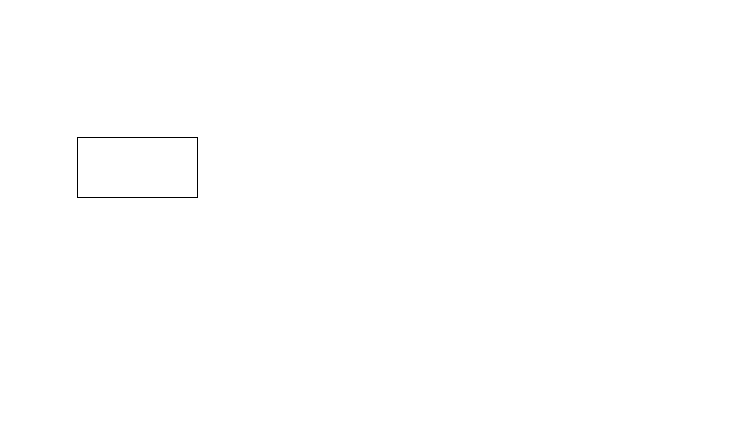
Before: 未命名绘图.drawio in zhangxunbao/CSI, a draw.io diagram. Source tidied: cells renumbered, new cells numbered last; positions are measured from the earlier drawing's top-left corner, leaving out a move shared by most shapes. Both pictures are drawn from the tidied source at 100%, with x=0, y=0 at pixel (77, 137).
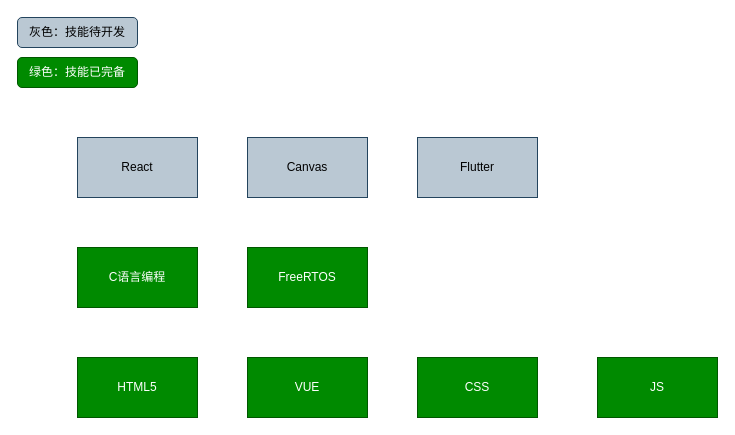
The same page after the edit.

Commit message (it also covers changes not shown here):
更新未命名绘图.drawio

What changed in the source:
```diff
@@
 <mxGraphModel>
   <root>
     <mxCell id="0" />
     <mxCell id="1" parent="0" />
-    <mxCell id="2" style="rounded=0;whiteSpace=wrap;html=1;" parent="1" vertex="1">
+    <mxCell id="2" value="&lt;p class=&quot;MsoNormal&quot;&gt;React&lt;/p&gt;" style="rounded=0;whiteSpace=wrap;html=1;fillColor=#bac8d3;strokeColor=#23445d;" parent="1" vertex="1">
       <mxGeometry width="120" height="60" as="geometry" />
     </mxCell>
+    <mxCell id="3" value="灰色：技能待开发" style="rounded=1;whiteSpace=wrap;html=1;fillColor=#bac8d3;strokeColor=#23445d;" parent="1" vertex="1">
+      <mxGeometry x="-60" y="-120" width="120" height="30" as="geometry" />
+    </mxCell>
+    <mxCell id="4" value="C语言编程" style="rounded=0;whiteSpace=wrap;html=1;fillColor=#008a00;fontColor=#ffffff;strokeColor=#005700;" parent="1" vertex="1">
+      <mxGeometry y="110" width="120" height="60" as="geometry" />
+    </mxCell>
+    <mxCell id="5" value="FreeRTOS" style="rounded=0;whiteSpace=wrap;html=1;fillColor=#008a00;fontColor=#ffffff;strokeColor=#005700;" parent="1" vertex="1">
+      <mxGeometry x="170" y="110" width="120" height="60" as="geometry" />
+    </mxCell>
+    <mxCell id="6" value="绿色：技能已完备" style="rounded=1;whiteSpace=wrap;html=1;fillColor=#008a00;strokeColor=#005700;fontColor=#ffffff;" parent="1" vertex="1">
+      <mxGeometry x="-60" y="-80" width="120" height="30" as="geometry" />
+    </mxCell>
+    <mxCell id="7" value="HTML5" style="rounded=0;whiteSpace=wrap;html=1;fillColor=#008a00;fontColor=#ffffff;strokeColor=#005700;" parent="1" vertex="1">
+      <mxGeometry y="220" width="120" height="60" as="geometry" />
+    </mxCell>
+    <mxCell id="8" value="VUE" style="rounded=0;whiteSpace=wrap;html=1;fillColor=#008a00;fontColor=#ffffff;strokeColor=#005700;" parent="1" vertex="1">
+      <mxGeometry x="170" y="220" width="120" height="60" as="geometry" />
+    </mxCell>
+    <mxCell id="9" value="CSS" style="rounded=0;whiteSpace=wrap;html=1;fillColor=#008a00;fontColor=#ffffff;strokeColor=#005700;" parent="1" vertex="1">
+      <mxGeometry x="340" y="220" width="120" height="60" as="geometry" />
+    </mxCell>
+    <mxCell id="10" value="JS" style="rounded=0;whiteSpace=wrap;html=1;fillColor=#008a00;fontColor=#ffffff;strokeColor=#005700;" parent="1" vertex="1">
+      <mxGeometry x="520" y="220" width="120" height="60" as="geometry" />
+    </mxCell>
+    <mxCell id="11" value="&lt;p class=&quot;MsoNormal&quot;&gt;Canvas&lt;/p&gt;" style="rounded=0;whiteSpace=wrap;html=1;fillColor=#bac8d3;strokeColor=#23445d;" parent="1" vertex="1">
+      <mxGeometry x="170" width="120" height="60" as="geometry" />
+    </mxCell>
+    <mxCell id="12" value="&lt;p class=&quot;MsoNormal&quot;&gt;Flutter&lt;/p&gt;" style="rounded=0;whiteSpace=wrap;html=1;fillColor=#bac8d3;strokeColor=#23445d;" parent="1" vertex="1">
+      <mxGeometry x="340" width="120" height="60" as="geometry" />
+    </mxCell>
   </root>
 </mxGraphModel>
```
